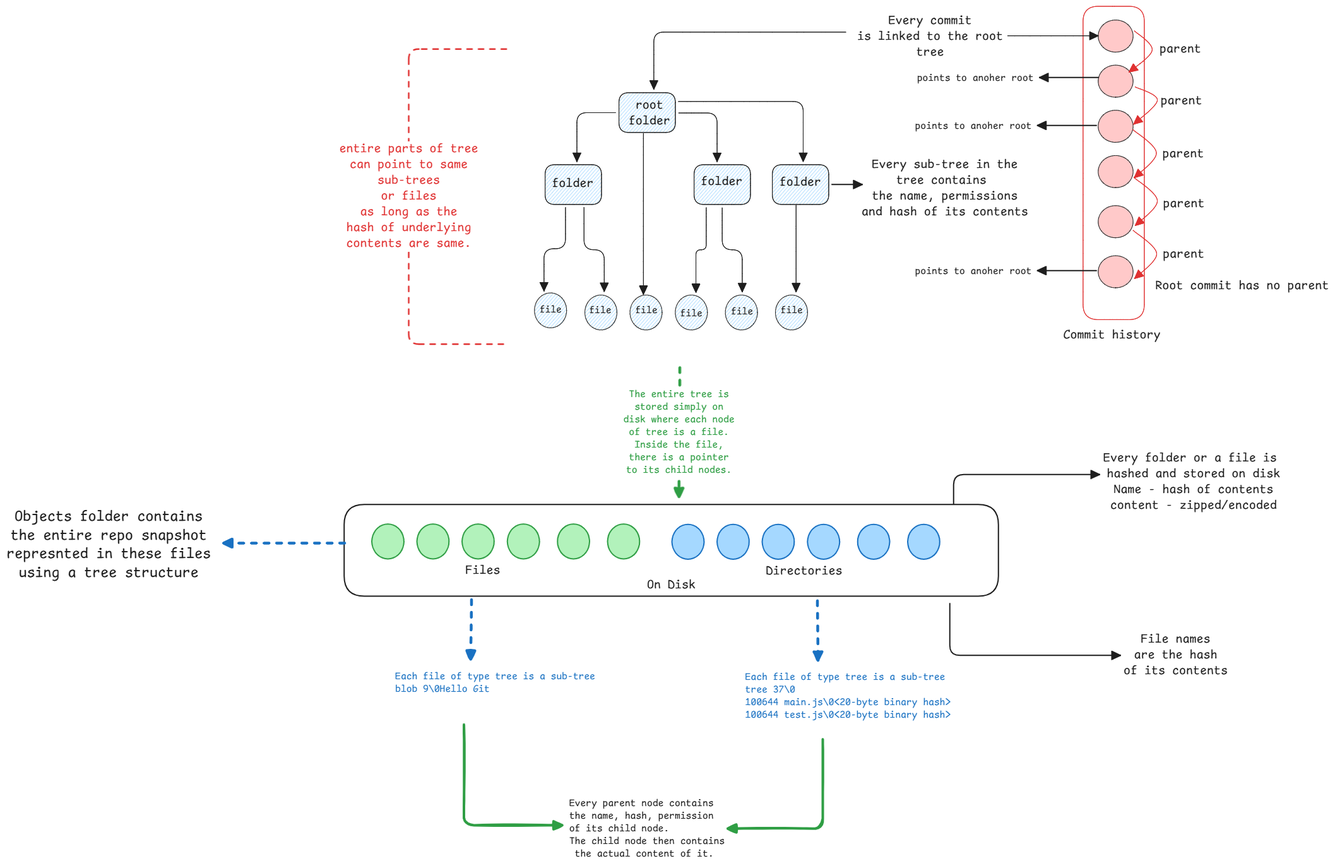
Earlier version of the Excalidraw export static/img/git-storage-structure.excalidraw.png (swaroopar/inprogress-engineer). Source tidied: one line per element, renumbered; positions are measured from the earlier drawing's top-left corner, leaving out a move shared by most shapes.
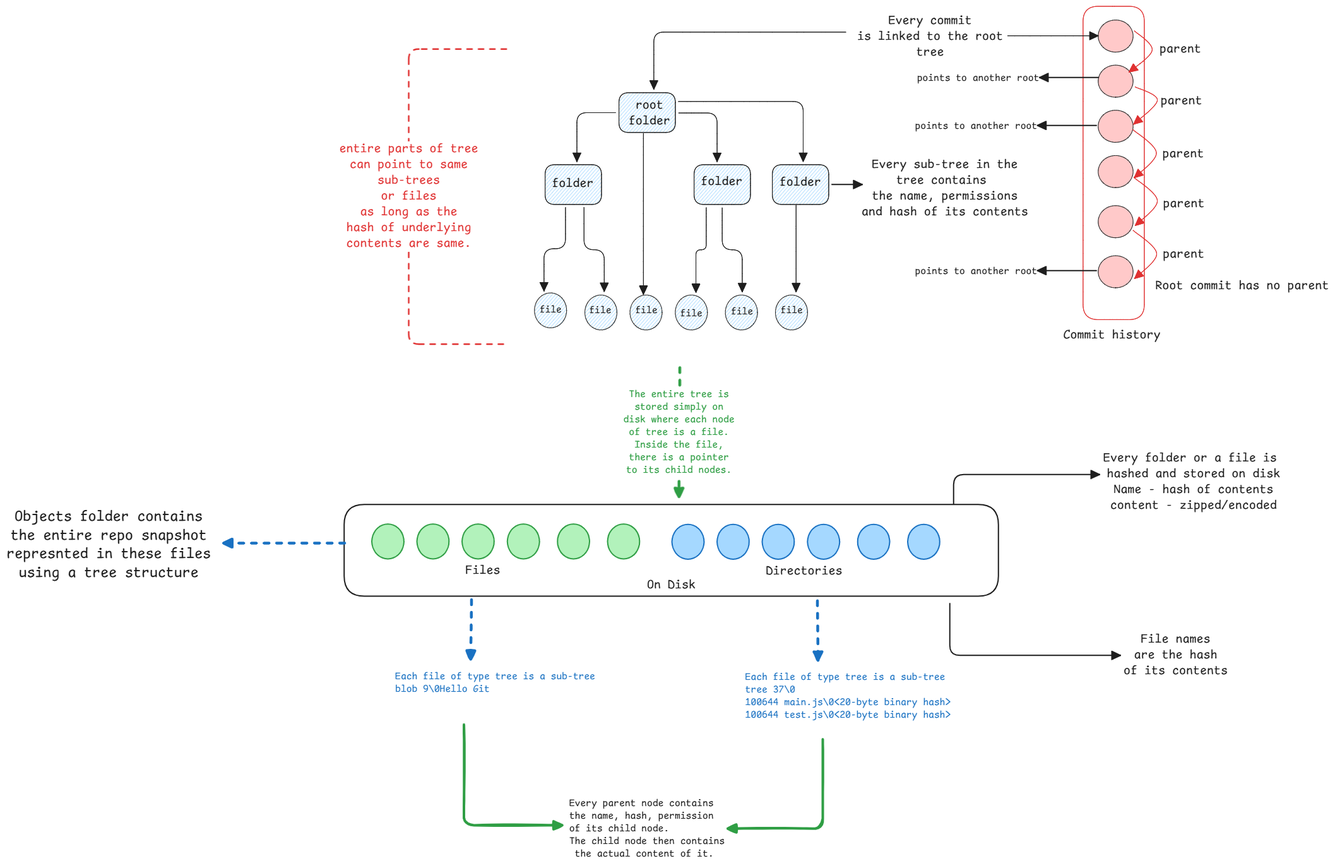
Later version of the same file.

The edit, as a diff of the source:
```diff
@@ -82,11 +82,11 @@
 {"id": 81, "type": "arrow", "strokeColor": "#1971c2", "backgroundColor": "#ffec99", "fillStyle": "hachure", "strokeWidth": 4, "strokeStyle": "dashed", "roughness": 0, "endArrowhead": "triangle", "x": 536, "y": 840, "width": 192, "height": 0, "points": [[0, 0], [-192, 0]]}
 {"id": 82, "type": "text", "text": "Objects folder contains\nthe entire repo snapshot\nrepresnted in these files\nusing a tree structure", "strokeColor": "#1e1e1e", "backgroundColor": "#ffec99", "fillStyle": "hachure", "strokeWidth": 4, "strokeStyle": "dashed", "roughness": 0, "fontSize": 23.56, "fontFamily": 8, "textAlign": "center", "x": 0, "y": 784, "width": 324, "height": 118}
 {"id": 83, "type": "arrow", "strokeColor": "#1e1e1e", "strokeWidth": 2, "roughness": 0, "endArrowhead": "triangle", "from": 11, "x": 1730, "y": 102, "width": 93, "height": 0, "points": [[0, 0], [-93, 0]]}
-{"id": 84, "type": "text", "text": "points to anoher root", "strokeColor": "#1e1e1e", "strokeWidth": 2, "roughness": 1, "fontSize": 16, "fontFamily": 8, "x": 1443, "y": 93, "width": 185, "height": 20}
+{"id": 84, "type": "text", "text": "points to another root", "strokeColor": "#1e1e1e", "strokeWidth": 2, "roughness": 1, "fontSize": 16, "fontFamily": 8, "x": 1443, "y": 93, "width": 194, "height": 20}
 {"id": 85, "type": "text", "text": "Every parent node contains\nthe name, hash, permission \nof its child node. \nThe child node then contains\n the actual content of it.", "strokeColor": "#1e1e1e", "strokeWidth": 2, "roughness": 1, "fontSize": 16, "fontFamily": 8, "x": 892, "y": 1242, "width": 246, "height": 100}
 {"id": 86, "type": "arrow", "strokeColor": "#2f9e44", "strokeWidth": 4, "roughness": 1, "endArrowhead": "triangle", "from": 74, "to": 85, "x": 725, "y": 1127, "width": 156, "height": 159, "points": [[0, 0], [0, 159], [156, 159]]}
 {"id": 87, "type": "arrow", "strokeColor": "#2f9e44", "strokeWidth": 4, "roughness": 1, "endArrowhead": "triangle", "from": 72, "to": 85, "x": 1293, "y": 1151, "width": 150, "height": 141, "points": [[0, 0], [0, 141], [-150, 141]]}
 {"id": 88, "type": "arrow", "strokeColor": "#1e1e1e", "strokeWidth": 2, "roughness": 0, "endArrowhead": "triangle", "x": 1727, "y": 178, "width": 93, "height": 0, "points": [[0, 0], [-93, 0]]}
-{"id": 89, "type": "text", "text": "points to anoher root", "strokeColor": "#1e1e1e", "strokeWidth": 2, "roughness": 1, "fontSize": 16, "fontFamily": 8, "x": 1440, "y": 169, "width": 185, "height": 20}
+{"id": 89, "type": "text", "text": "points to another root", "strokeColor": "#1e1e1e", "strokeWidth": 2, "roughness": 1, "fontSize": 16, "fontFamily": 8, "x": 1440, "y": 169, "width": 194, "height": 20}
 {"id": 90, "type": "arrow", "strokeColor": "#1e1e1e", "strokeWidth": 2, "roughness": 0, "endArrowhead": "triangle", "x": 1727, "y": 408, "width": 93, "height": 0, "points": [[0, 0], [-93, 0]]}
-{"id": 91, "type": "text", "text": "points to anoher root", "strokeColor": "#1e1e1e", "strokeWidth": 2, "roughness": 1, "fontSize": 16, "fontFamily": 8, "x": 1440, "y": 399, "width": 185, "height": 20}
+{"id": 91, "type": "text", "text": "points to another root", "strokeColor": "#1e1e1e", "strokeWidth": 2, "roughness": 1, "fontSize": 16, "fontFamily": 8, "x": 1440, "y": 399, "width": 194, "height": 20}
```
